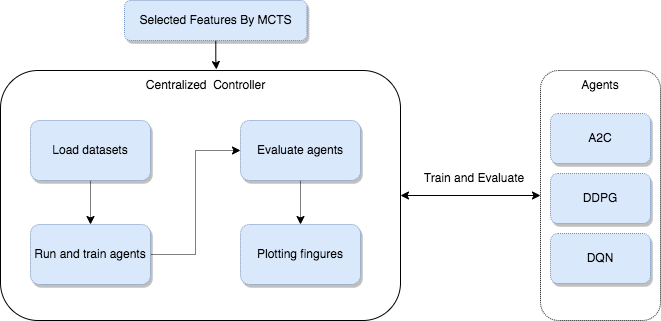
The draw.io diagram figures/Centralized_Controller.png in stoneyangzh/madrl-trading, before a commit. Source tidied: cells renumbered, new cells last; positions are measured from the earlier drawing's top-left corner, leaving out a move shared by most shapes.
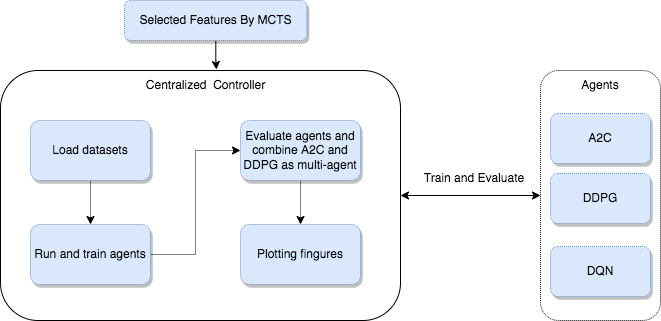
After the commit.

What changed in the source:
```diff
@@ -44,14 +44,14 @@
     <mxCell id="15" style="edgeStyle=orthogonalEdgeStyle;rounded=0;jettySize=auto;html=1;dashed=1;dashPattern=1 1;" parent="1" edge="1" source="16" target="17">
       <mxGeometry relative="1" as="geometry" />
     </mxCell>
-    <mxCell id="16" value="Evaluate agents" style="rounded=1;whiteSpace=wrap;html=1;shadow=1;dashed=1;dashPattern=1 1;fillColor=#dae8fc;strokeColor=#6c8ebf;" parent="1" vertex="1">
+    <mxCell id="16" value="Evaluate agents and combine A2C and DDPG as multi-agent" style="rounded=1;whiteSpace=wrap;html=1;shadow=1;dashed=1;dashPattern=1 1;fillColor=#dae8fc;strokeColor=#6c8ebf;" parent="1" vertex="1">
       <mxGeometry x="240" y="120" width="120" height="60" as="geometry" />
     </mxCell>
     <mxCell id="17" value="Plotting fingures" style="rounded=1;whiteSpace=wrap;html=1;shadow=1;dashed=1;dashPattern=1 1;fillColor=#dae8fc;strokeColor=#6c8ebf;" parent="1" vertex="1">
       <mxGeometry x="240" y="224" width="120" height="60" as="geometry" />
     </mxCell>
     <mxCell id="18" value="DQN" style="rounded=1;whiteSpace=wrap;html=1;dashed=1;dashPattern=1 1;fillColor=#dae8fc;strokeColor=#6c8ebf;shadow=1;" parent="1" vertex="1">
-      <mxGeometry x="550" y="233" width="100" height="50" as="geometry" />
+      <mxGeometry x="550" y="246" width="100" height="50" as="geometry" />
     </mxCell>
     <mxCell id="19" value="Train and Evaluate" style="text;html=1;strokeColor=none;fillColor=none;align=center;verticalAlign=middle;whiteSpace=wrap;rounded=0;shadow=1;dashed=1;dashPattern=1 1;" parent="1" vertex="1">
       <mxGeometry x="399" y="163" width="150" height="30" as="geometry" />
```
